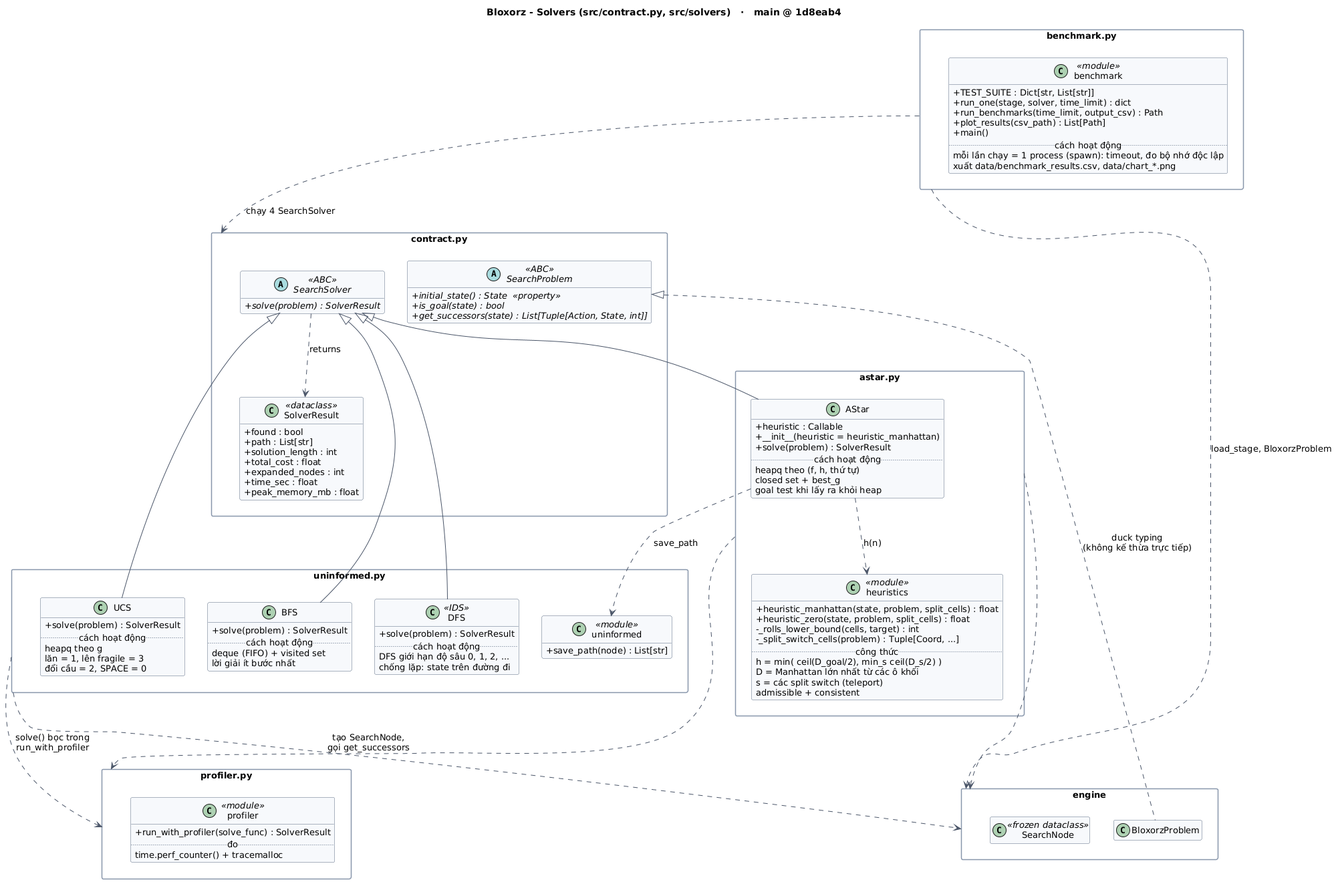
The PlantUML diagram docs/uml/2_solvers.png in tthanh1223/CSAI_Bloxorz_Solver, before a commit. Source of this version:
```plantuml
@startuml 2_solvers
!include style.iuml
title Bloxorz - Solvers (src/contract.py, src/solvers)   ·   main @ 1d8eab4

package "contract.py" as P_contract {
  abstract class SearchSolver <<ABC>> {
    + {abstract} solve(problem) : SolverResult
  }
  class SolverResult <<dataclass>> {
    {field} + found : bool
    {field} + path : List[str]
    {field} + solution_length : int
    {field} + total_cost : float
    {field} + expanded_nodes : int
    {field} + time_sec : float
    {field} + peak_memory_mb : float
  }
  abstract class SearchProblem <<ABC>> {
    + {abstract} initial_state() : State  <<property>>
    + {abstract} is_goal(state) : bool
    + {abstract} get_successors(state) : List[Tuple[Action, State, int]]
  }
}

package "uninformed.py" as P_unin {
  class BFS {
    + solve(problem) : SolverResult
    .. cách hoạt động ..
    {field} deque (FIFO) + visited set
    {field} lời giải ít bước nhất
  }
  class "DFS" as DFS <<IDS>> {
    + solve(problem) : SolverResult
    .. cách hoạt động ..
    {field} DFS giới hạn độ sâu 0, 1, 2, ...
    {field} chống lặp: state trên đường đi
  }
  class UCS {
    + solve(problem) : SolverResult
    .. cách hoạt động ..
    {field} heapq theo g
    {field} lăn = 1, lên fragile = 3
    {field} đổi cầu = 2, SPACE = 0
  }
  class uninformed <<module>> {
    + save_path(node) : List[str]
  }
}

package "astar.py" as P_astar {
  class AStar {
    {field} + heuristic : Callable
    + __init__(heuristic = heuristic_manhattan)
    + solve(problem) : SolverResult
    .. cách hoạt động ..
    {field} heapq theo (f, h, thứ tự)
    {field} closed set + best_g
    {field} goal test khi lấy ra khỏi heap
  }
  class heuristics <<module>> {
    + heuristic_manhattan(state, problem, split_cells) : float
    + heuristic_zero(state, problem, split_cells) : float
    - _rolls_lower_bound(cells, target) : int
    - _split_switch_cells(problem) : Tuple[Coord, ...]
    .. công thức ..
    {field} h = min( ceil(D_goal/2), min_s ceil(D_s/2) )
    {field} D = Manhattan lớn nhất từ các ô khối
    {field} s = các split switch (teleport)
    {field} admissible + consistent
  }
}

package "profiler.py" as P_prof {
  class profiler <<module>> {
    + run_with_profiler(solve_func) : SolverResult
    .. đo ..
    {field} time.perf_counter() + tracemalloc
  }
}

package "benchmark.py" as P_bench {
  class benchmark <<module>> {
    {field} + TEST_SUITE : Dict[str, List[str]]
    + run_one(stage, solver, time_limit) : dict
    + run_benchmarks(time_limit, output_csv) : Path
    + plot_results(csv_path) : List[Path]
    + main()
    .. cách hoạt động ..
    {field} mỗi lần chạy = 1 process (spawn): timeout, đo bộ nhớ độc lập
    {field} xuất data/benchmark_results.csv, data/chart_*.png
  }
}

package "engine" as P_engine {
  class BloxorzProblem
  class SearchNode <<frozen dataclass>>
}

SearchSolver <|-- BFS
SearchSolver <|-- DFS
SearchSolver <|-- UCS
SearchSolver <|-- AStar
SearchSolver ..> SolverResult : returns
SearchProblem <|.. BloxorzProblem : duck typing\n(không kế thừa trực tiếp)
AStar ..> heuristics : h(n)
AStar ..> uninformed : save_path

P_unin ..> P_prof : solve() bọc trong\nrun_with_profiler
P_astar ..> P_prof
P_unin ..> P_engine : tạo SearchNode,\ngọi get_successors
P_astar ..> P_engine
P_bench ..> P_contract : chạy 4 SearchSolver
P_bench ..> P_engine : load_stage, BloxorzProblem

P_contract -[hidden]down- P_unin
P_unin -[hidden]down- P_prof
@enduml
```
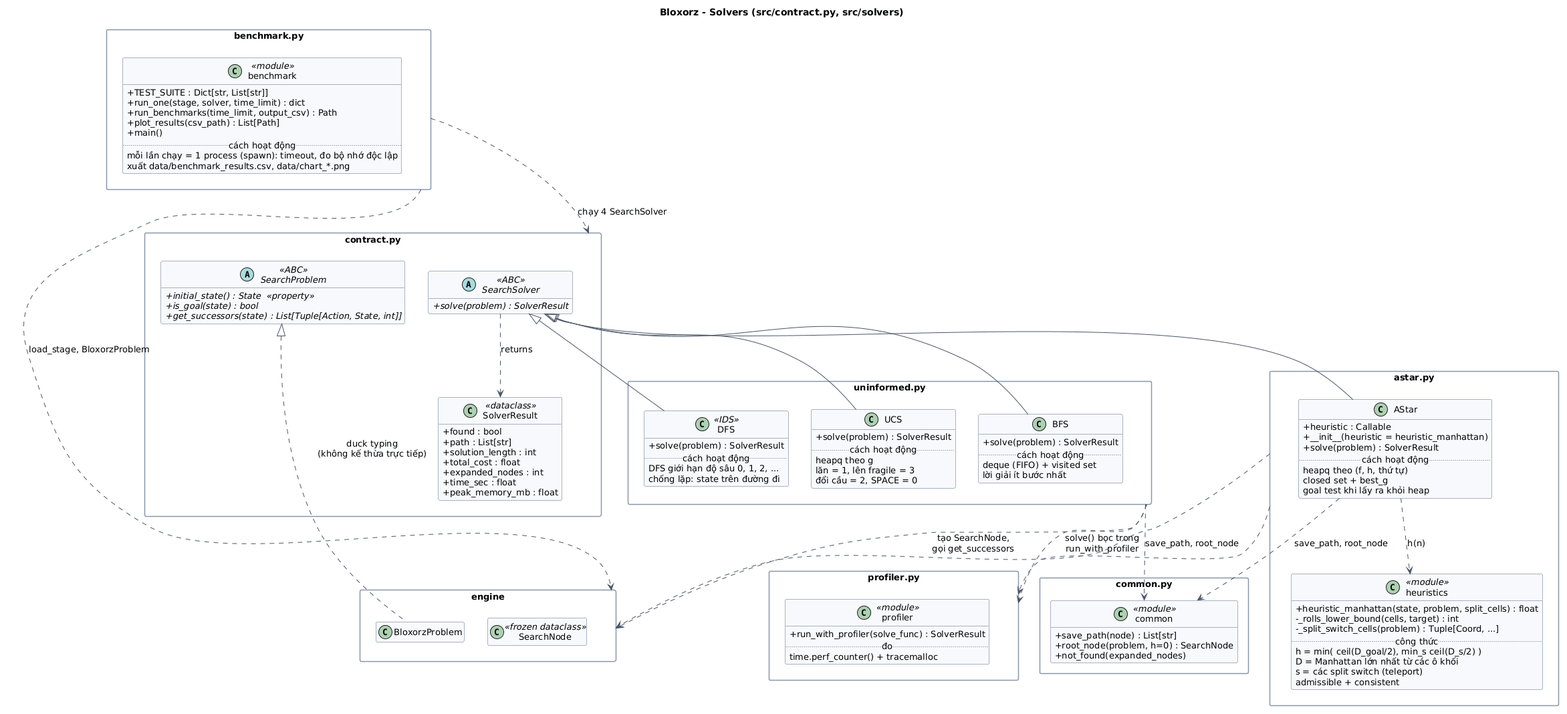
The same file after the commit.

What changed in the source:
```diff
@@ -1,6 +1,18 @@
-@startuml 2_solvers
-!include style.iuml
-title Bloxorz - Solvers (src/contract.py, src/solvers)   ·   main @ 1d8eab4
+@startuml
+skinparam classAttributeIconSize 0
+skinparam packageStyle rectangle
+skinparam shadowing false
+skinparam defaultFontName "DejaVu Sans"
+skinparam defaultFontSize 13
+skinparam noteBackgroundColor #FFFBE6
+skinparam noteBorderColor #C9B458
+skinparam classBackgroundColor #F7F9FC
+skinparam classBorderColor #5B6B82
+skinparam packageBorderColor #8896AB
+skinparam ArrowColor #4A5568
+hide empty members
+set separator none
+title Bloxorz - Solvers (src/contract.py, src/solvers)
 
 package "contract.py" as P_contract {
   abstract class SearchSolver <<ABC>> {
@@ -42,8 +54,13 @@
     {field} lăn = 1, lên fragile = 3
     {field} đổi cầu = 2, SPACE = 0
   }
-  class uninformed <<module>> {
+}
+
+package "common.py" as P_common {
+  class common <<module>> {
     + save_path(node) : List[str]
+    + root_node(problem, h=0) : SearchNode
+    + not_found(expanded_nodes)
   }
 }
 
@@ -59,7 +76,6 @@
   }
   class heuristics <<module>> {
     + heuristic_manhattan(state, problem, split_cells) : float
-    + heuristic_zero(state, problem, split_cells) : float
     - _rolls_lower_bound(cells, target) : int
     - _split_switch_cells(problem) : Tuple[Coord, ...]
     .. công thức ..
@@ -103,7 +119,8 @@
 SearchSolver ..> SolverResult : returns
 SearchProblem <|.. BloxorzProblem : duck typing\n(không kế thừa trực tiếp)
 AStar ..> heuristics : h(n)
-AStar ..> uninformed : save_path
+AStar ..> common : save_path, root_node
+P_unin ..> common : save_path, root_node
 
 P_unin ..> P_prof : solve() bọc trong\nrun_with_profiler
 P_astar ..> P_prof
```
